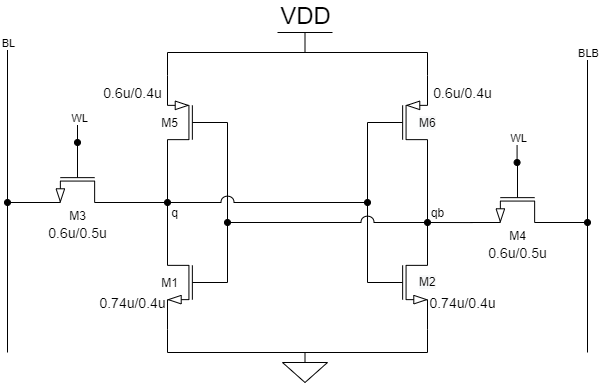
Above: Images/6T_SRAM.png in Khadgaray/6T_SRAM (draw.io), before the change. Source tidied: cells renumbered, new cells last; positions are measured from the earlier drawing's top-left corner, leaving out a move shared by most shapes.
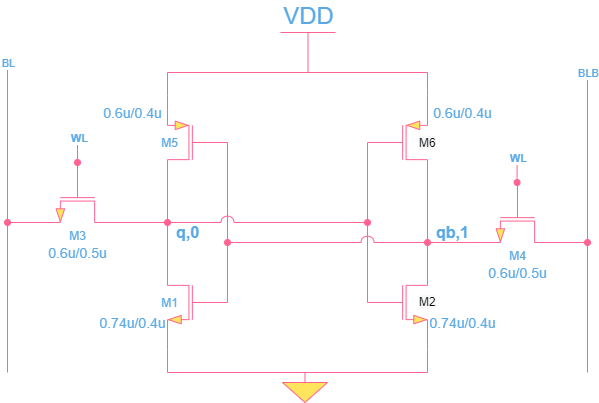
Later version of the same file.

Diff of the diagram source:
```diff
@@ -2,40 +2,40 @@
   <root>
     <mxCell id="0" />
     <mxCell id="1" parent="0" />
-    <mxCell id="2" style="verticalLabelPosition=bottom;shadow=0;dashed=0;align=center;html=1;verticalAlign=top;shape=mxgraph.electrical.transistors.pmos;rotation=-180;flipV=1;" parent="1" vertex="1">
+    <mxCell id="2" style="verticalLabelPosition=bottom;shadow=0;dashed=0;align=center;html=1;verticalAlign=top;shape=mxgraph.electrical.transistors.pmos;rotation=-180;flipV=1;fillColor=#FFE45E;strokeColor=#FF6392;fontColor=#5AA9E6;" parent="1" vertex="1">
       <mxGeometry x="160" y="40" width="60" height="100" as="geometry" />
     </mxCell>
-    <mxCell id="3" style="verticalLabelPosition=bottom;shadow=0;dashed=0;align=center;html=1;verticalAlign=top;shape=mxgraph.electrical.transistors.pmos;" parent="1" vertex="1">
+    <mxCell id="3" style="verticalLabelPosition=bottom;shadow=0;dashed=0;align=center;html=1;verticalAlign=top;shape=mxgraph.electrical.transistors.pmos;fillColor=#FFE45E;strokeColor=#FF6392;fontColor=#5AA9E6;" parent="1" vertex="1">
       <mxGeometry x="360" y="40" width="60" height="100" as="geometry" />
     </mxCell>
-    <mxCell id="4" style="verticalLabelPosition=bottom;shadow=0;dashed=0;align=center;html=1;verticalAlign=top;shape=mxgraph.electrical.transistors.nmos;" parent="1" vertex="1">
+    <mxCell id="4" style="verticalLabelPosition=bottom;shadow=0;dashed=0;align=center;html=1;verticalAlign=top;shape=mxgraph.electrical.transistors.nmos;fillColor=#FFE45E;strokeColor=#FF6392;fontColor=#5AA9E6;" parent="1" vertex="1">
       <mxGeometry x="360" y="200" width="60" height="100" as="geometry" />
     </mxCell>
-    <mxCell id="5" style="verticalLabelPosition=bottom;shadow=0;dashed=0;align=center;html=1;verticalAlign=top;shape=mxgraph.electrical.transistors.nmos;rotation=-180;flipV=1;" parent="1" vertex="1">
+    <mxCell id="5" style="verticalLabelPosition=bottom;shadow=0;dashed=0;align=center;html=1;verticalAlign=top;shape=mxgraph.electrical.transistors.nmos;rotation=-180;flipV=1;fillColor=#FFE45E;strokeColor=#FF6392;fontColor=#5AA9E6;" parent="1" vertex="1">
       <mxGeometry x="160" y="200" width="60" height="100" as="geometry" />
     </mxCell>
-    <mxCell id="6" style="endArrow=none;html=1;" parent="1" edge="1">
+    <mxCell id="6" style="endArrow=none;html=1;strokeColor=#FF6392;fontColor=#5AA9E6;" parent="1" edge="1">
       <mxGeometry relative="1" as="geometry">
         <mxPoint x="160" y="230" as="sourcePoint" />
         <mxPoint x="160" y="120" as="targetPoint" />
       </mxGeometry>
     </mxCell>
-    <mxCell id="7" style="endArrow=none;html=1;" parent="1" edge="1">
+    <mxCell id="7" style="endArrow=none;html=1;strokeColor=#FF6392;fontColor=#5AA9E6;" parent="1" edge="1">
       <mxGeometry relative="1" as="geometry">
         <mxPoint x="420" y="230" as="sourcePoint" />
         <mxPoint x="420" y="120" as="targetPoint" />
       </mxGeometry>
     </mxCell>
-    <mxCell id="8" style="endArrow=none;html=1;entryX=0;entryY=0.5;entryDx=0;entryDy=0;entryPerimeter=0;exitX=0;exitY=0.5;exitDx=0;exitDy=0;exitPerimeter=0;" parent="1" edge="1" source="5" target="2">
+    <mxCell id="8" style="endArrow=none;html=1;entryX=0;entryY=0.5;entryDx=0;entryDy=0;entryPerimeter=0;exitX=0;exitY=0.5;exitDx=0;exitDy=0;exitPerimeter=0;strokeColor=#FF6392;fontColor=#5AA9E6;" parent="1" edge="1" source="5" target="2">
       <mxGeometry relative="1" as="geometry" />
     </mxCell>
-    <mxCell id="9" style="endArrow=none;html=1;entryX=0;entryY=0.5;entryDx=0;entryDy=0;entryPerimeter=0;exitX=0;exitY=0.5;exitDx=0;exitDy=0;exitPerimeter=0;" parent="1" edge="1">
+    <mxCell id="9" style="endArrow=none;html=1;entryX=0;entryY=0.5;entryDx=0;entryDy=0;entryPerimeter=0;exitX=0;exitY=0.5;exitDx=0;exitDy=0;exitPerimeter=0;strokeColor=#FF6392;fontColor=#5AA9E6;" parent="1" edge="1">
       <mxGeometry relative="1" as="geometry">
         <mxPoint x="360" y="250" as="sourcePoint" />
         <mxPoint x="360" y="90" as="targetPoint" />
       </mxGeometry>
     </mxCell>
-    <mxCell id="10" style="endArrow=none;html=1;exitX=1;exitY=0;exitDx=0;exitDy=0;exitPerimeter=0;entryX=1;entryY=0;entryDx=0;entryDy=0;entryPerimeter=0;edgeStyle=orthogonalEdgeStyle;rounded=0;" parent="1" edge="1" source="2" target="3">
+    <mxCell id="10" style="endArrow=none;html=1;exitX=1;exitY=0;exitDx=0;exitDy=0;exitPerimeter=0;entryX=1;entryY=0;entryDx=0;entryDy=0;entryPerimeter=0;edgeStyle=orthogonalEdgeStyle;rounded=0;strokeColor=#FF6392;fontColor=#5AA9E6;" parent="1" edge="1" source="2" target="3">
       <mxGeometry relative="1" as="geometry">
         <Array as="points">
           <mxPoint x="160" y="20" />
@@ -43,7 +43,7 @@
         </Array>
       </mxGeometry>
     </mxCell>
-    <mxCell id="11" style="endArrow=none;html=1;rounded=0;jumpStyle=arc;entryX=1;entryY=1;entryDx=0;entryDy=0;entryPerimeter=0;exitX=1;exitY=1;exitDx=0;exitDy=0;exitPerimeter=0;" parent="1" edge="1" source="5" target="4">
+    <mxCell id="11" style="endArrow=none;html=1;rounded=0;jumpStyle=arc;entryX=1;entryY=1;entryDx=0;entryDy=0;entryPerimeter=0;exitX=1;exitY=1;exitDx=0;exitDy=0;exitPerimeter=0;strokeColor=#FF6392;fontColor=#5AA9E6;" parent="1" edge="1" source="5" target="4">
       <mxGeometry relative="1" as="geometry">
         <Array as="points">
           <mxPoint x="160" y="320" />
@@ -52,130 +52,130 @@
         </Array>
       </mxGeometry>
     </mxCell>
-    <mxCell id="12" value="M3" style="verticalLabelPosition=bottom;shadow=0;dashed=0;align=center;html=1;verticalAlign=top;shape=mxgraph.electrical.transistors.nmos;direction=south;" parent="1" vertex="1">
+    <mxCell id="12" value="M3" style="verticalLabelPosition=bottom;shadow=0;dashed=0;align=center;html=1;verticalAlign=top;shape=mxgraph.electrical.transistors.nmos;direction=south;fillColor=#FFE45E;strokeColor=#FF6392;fontColor=#5AA9E6;" parent="1" vertex="1">
       <mxGeometry x="20" y="110" width="100" height="60" as="geometry" />
     </mxCell>
-    <mxCell id="13" value="M4" style="verticalLabelPosition=bottom;shadow=0;dashed=0;align=center;html=1;verticalAlign=top;shape=mxgraph.electrical.transistors.nmos;direction=south;" parent="1" vertex="1">
+    <mxCell id="13" value="M4" style="verticalLabelPosition=bottom;shadow=0;dashed=0;align=center;html=1;verticalAlign=top;shape=mxgraph.electrical.transistors.nmos;direction=south;fillColor=#FFE45E;strokeColor=#FF6392;fontColor=#5AA9E6;" parent="1" vertex="1">
       <mxGeometry x="460" y="130" width="100" height="60" as="geometry" />
     </mxCell>
-    <mxCell id="14" style="endArrow=oval;html=1;jumpStyle=arc;jumpSize=13;startArrow=oval;startFill=1;endFill=1;" parent="1" edge="1">
+    <mxCell id="14" style="endArrow=oval;html=1;jumpStyle=arc;jumpSize=13;startArrow=oval;startFill=1;endFill=1;strokeColor=#FF6392;fontColor=#5AA9E6;" parent="1" edge="1">
       <mxGeometry relative="1" as="geometry">
         <mxPoint x="160" y="170" as="sourcePoint" />
         <mxPoint x="360" y="170" as="targetPoint" />
       </mxGeometry>
     </mxCell>
-    <mxCell id="15" style="endArrow=none;html=1;" parent="1" edge="1">
+    <mxCell id="15" style="endArrow=none;html=1;strokeColor=#FF6392;fontColor=#5AA9E6;" parent="1" edge="1">
       <mxGeometry relative="1" as="geometry">
         <mxPoint x="90" y="170" as="sourcePoint" />
         <mxPoint x="160" y="170" as="targetPoint" />
       </mxGeometry>
     </mxCell>
-    <mxCell id="16" style="endArrow=oval;html=1;jumpStyle=arc;jumpSize=13;startArrow=oval;startFill=1;endFill=1;" parent="1" edge="1">
+    <mxCell id="16" style="endArrow=oval;html=1;jumpStyle=arc;jumpSize=13;startArrow=oval;startFill=1;endFill=1;strokeColor=#FF6392;fontColor=#5AA9E6;" parent="1" edge="1">
       <mxGeometry relative="1" as="geometry">
         <mxPoint x="220" y="190" as="sourcePoint" />
         <mxPoint x="420" y="190" as="targetPoint" />
       </mxGeometry>
     </mxCell>
-    <mxCell id="17" style="endArrow=none;html=1;entryX=1.001;entryY=1.675;entryDx=0;entryDy=0;entryPerimeter=0;" parent="1" edge="1" target="13">
+    <mxCell id="17" style="endArrow=none;html=1;entryX=1.001;entryY=1.675;entryDx=0;entryDy=0;entryPerimeter=0;strokeColor=#FF6392;fontColor=#5AA9E6;" parent="1" edge="1" target="13">
       <mxGeometry relative="1" as="geometry">
         <mxPoint x="420" y="190" as="sourcePoint" />
       </mxGeometry>
     </mxCell>
-    <mxCell id="18" value="M1" style="text;html=1;align=center;verticalAlign=middle;fillColor=none;strokeColor=none;rounded=0;" parent="1" vertex="1">
+    <mxCell id="18" value="M1" style="text;html=1;align=center;verticalAlign=middle;fillColor=none;strokeColor=none;rounded=0;fontColor=#5AA9E6;" parent="1" vertex="1">
       <mxGeometry x="147" y="240" width="30" height="20" as="geometry" />
     </mxCell>
-    <mxCell id="19" value="M5" style="text;html=1;align=center;verticalAlign=middle;fillColor=none;strokeColor=none;rounded=0;" parent="1" vertex="1">
+    <mxCell id="19" value="M5" style="text;html=1;align=center;verticalAlign=middle;fillColor=none;strokeColor=none;rounded=0;fontColor=#5AA9E6;" parent="1" vertex="1">
       <mxGeometry x="147" y="80" width="30" height="20" as="geometry" />
     </mxCell>
-    <mxCell id="20" value="&lt;span style=&quot;color: rgb(0 , 0 , 0) ; font-family: &amp;#34;helvetica&amp;#34; ; font-size: 12px ; font-style: normal ; font-weight: 400 ; letter-spacing: normal ; text-align: center ; text-indent: 0px ; text-transform: none ; word-spacing: 0px ; background-color: rgb(248 , 249 , 250) ; display: inline ; float: none&quot;&gt;M6&lt;/span&gt;" style="text;whiteSpace=wrap;html=1;" parent="1" vertex="1">
+    <mxCell id="20" value="&lt;span style=&quot;color: rgb(0 , 0 , 0) ; font-family: &amp;#34;helvetica&amp;#34; ; font-size: 12px ; font-style: normal ; font-weight: 400 ; letter-spacing: normal ; text-align: center ; text-indent: 0px ; text-transform: none ; word-spacing: 0px ; background-color: rgb(248 , 249 , 250) ; display: inline ; float: none&quot;&gt;M6&lt;/span&gt;" style="text;whiteSpace=wrap;html=1;fontColor=#5AA9E6;" parent="1" vertex="1">
       <mxGeometry x="410" y="77" width="40" height="30" as="geometry" />
     </mxCell>
-    <mxCell id="21" value="&lt;span style=&quot;color: rgb(0 , 0 , 0) ; font-family: &amp;#34;helvetica&amp;#34; ; font-size: 12px ; font-style: normal ; font-weight: 400 ; letter-spacing: normal ; text-align: center ; text-indent: 0px ; text-transform: none ; word-spacing: 0px ; background-color: rgb(248 , 249 , 250) ; display: inline ; float: none&quot;&gt;M2&lt;/span&gt;" style="text;whiteSpace=wrap;html=1;" parent="1" vertex="1">
+    <mxCell id="21" value="&lt;span style=&quot;color: rgb(0 , 0 , 0) ; font-family: &amp;#34;helvetica&amp;#34; ; font-size: 12px ; font-style: normal ; font-weight: 400 ; letter-spacing: normal ; text-align: center ; text-indent: 0px ; text-transform: none ; word-spacing: 0px ; background-color: rgb(248 , 249 , 250) ; display: inline ; float: none&quot;&gt;M2&lt;/span&gt;" style="text;whiteSpace=wrap;html=1;fontColor=#5AA9E6;" parent="1" vertex="1">
       <mxGeometry x="410" y="236" width="40" height="30" as="geometry" />
     </mxCell>
-    <mxCell id="22" value="VDD" style="verticalLabelPosition=top;verticalAlign=bottom;shape=mxgraph.electrical.signal_sources.vdd;shadow=0;dashed=0;align=center;strokeWidth=1;fontSize=24;html=1;flipV=1;" parent="1" vertex="1">
-      <mxGeometry x="270" width="55" height="20" as="geometry" />
+    <mxCell id="22" value="VDD" style="verticalLabelPosition=top;verticalAlign=bottom;shape=mxgraph.electrical.signal_sources.vdd;shadow=0;dashed=0;align=center;strokeWidth=1;fontSize=24;html=1;flipV=1;fillColor=#FFE45E;strokeColor=#FF6392;fontColor=#5AA9E6;" parent="1" vertex="1">
+      <mxGeometry x="273" y="-20" width="55" height="40" as="geometry" />
     </mxCell>
-    <mxCell id="23" style="verticalLabelPosition=bottom;shadow=0;dashed=0;align=center;html=1;verticalAlign=top;shape=mxgraph.electrical.signal_sources.signal_ground;" parent="1" vertex="1">
+    <mxCell id="23" style="verticalLabelPosition=bottom;shadow=0;dashed=0;align=center;html=1;verticalAlign=top;shape=mxgraph.electrical.signal_sources.signal_ground;fillColor=#FFE45E;strokeColor=#FF6392;fontColor=#5AA9E6;" parent="1" vertex="1">
       <mxGeometry x="275" y="320" width="45" height="30" as="geometry" />
     </mxCell>
-    <mxCell id="24" style="endArrow=none;html=1;" parent="1" edge="1">
+    <mxCell id="24" style="endArrow=none;html=1;strokeColor=#FF6392;fontColor=#5AA9E6;" parent="1" edge="1">
       <mxGeometry relative="1" as="geometry">
         <mxPoint x="580" y="320" as="sourcePoint" />
         <mxPoint x="580" y="20" as="targetPoint" />
       </mxGeometry>
     </mxCell>
-    <mxCell id="25" value="BLB" style="edgeLabel;html=1;align=center;verticalAlign=middle;" parent="24" vertex="1">
+    <mxCell id="25" value="BLB" style="edgeLabel;html=1;align=center;verticalAlign=middle;fontColor=#5AA9E6;" parent="24" vertex="1">
       <mxGeometry x="0.82" y="-1" relative="1" as="geometry">
         <mxPoint x="-1" y="-27" as="offset" />
       </mxGeometry>
     </mxCell>
-    <mxCell id="26" style="endArrow=none;html=1;" parent="1" edge="1">
+    <mxCell id="26" style="endArrow=none;html=1;strokeColor=#FF6392;fontColor=#5AA9E6;" parent="1" edge="1">
       <mxGeometry relative="1" as="geometry">
         <mxPoint y="320" as="sourcePoint" />
         <mxPoint y="10" as="targetPoint" />
       </mxGeometry>
     </mxCell>
-    <mxCell id="27" value="BL" style="edgeLabel;html=1;align=center;verticalAlign=middle;" parent="26" vertex="1">
+    <mxCell id="27" value="BL" style="edgeLabel;html=1;align=center;verticalAlign=middle;fontColor=#5AA9E6;" parent="26" vertex="1">
       <mxGeometry x="0.85" relative="1" as="geometry">
         <mxPoint y="-23" as="offset" />
       </mxGeometry>
     </mxCell>
-    <mxCell id="28" style="endArrow=oval;html=1;endFill=1;" parent="1" edge="1">
+    <mxCell id="28" style="endArrow=oval;html=1;endFill=1;strokeColor=#FF6392;fontColor=#5AA9E6;" parent="1" edge="1">
       <mxGeometry relative="1" as="geometry">
         <mxPoint x="550" y="190" as="sourcePoint" />
         <mxPoint x="580" y="190" as="targetPoint" />
       </mxGeometry>
     </mxCell>
-    <mxCell id="29" style="endArrow=none;html=1;endFill=0;startArrow=oval;startFill=1;" parent="1" edge="1">
+    <mxCell id="29" style="endArrow=none;html=1;endFill=0;startArrow=oval;startFill=1;strokeColor=#FF6392;fontColor=#5AA9E6;" parent="1" edge="1">
       <mxGeometry relative="1" as="geometry">
         <mxPoint y="170" as="sourcePoint" />
         <mxPoint x="40" y="170" as="targetPoint" />
       </mxGeometry>
     </mxCell>
-    <mxCell id="30" value="q" style="text;html=1;align=center;verticalAlign=middle;fillColor=none;strokeColor=none;rounded=0;" parent="1" vertex="1">
-      <mxGeometry x="157" y="170" width="20" height="20" as="geometry" />
+    <mxCell id="30" value="q,0" style="text;html=1;align=center;verticalAlign=middle;fillColor=none;strokeColor=none;rounded=0;fontColor=#5AA9E6;fontSize=16;fontStyle=1;" parent="1" vertex="1">
+      <mxGeometry x="160" y="170" width="40" height="20" as="geometry" />
     </mxCell>
-    <mxCell id="31" value="qb" style="text;html=1;align=center;verticalAlign=middle;fillColor=none;strokeColor=none;rounded=0;" parent="1" vertex="1">
-      <mxGeometry x="415" y="170" width="30" height="20" as="geometry" />
+    <mxCell id="31" value="qb,1" style="text;html=1;align=center;verticalAlign=middle;fillColor=none;strokeColor=none;rounded=0;fontColor=#5AA9E6;fontSize=16;fontStyle=1;" parent="1" vertex="1">
+      <mxGeometry x="420" y="170" width="50" height="20" as="geometry" />
     </mxCell>
-    <mxCell id="32" style="endArrow=oval;html=1;startArrow=none;startFill=0;endFill=1;entryX=0;entryY=0.5;entryDx=0;entryDy=0;entryPerimeter=0;" parent="1" edge="1" target="12">
+    <mxCell id="32" style="endArrow=oval;html=1;startArrow=none;startFill=0;endFill=1;entryX=0;entryY=0.5;entryDx=0;entryDy=0;entryPerimeter=0;strokeColor=#FF6392;fontColor=#5AA9E6;" parent="1" edge="1" target="12">
       <mxGeometry relative="1" as="geometry">
         <mxPoint x="70" y="80" as="sourcePoint" />
       </mxGeometry>
     </mxCell>
-    <mxCell id="33" value="WL" style="edgeLabel;html=1;align=center;verticalAlign=middle;" parent="32" vertex="1">
+    <mxCell id="33" value="WL" style="edgeLabel;html=1;align=center;verticalAlign=middle;fontColor=#5AA9E6;fontStyle=1;" parent="32" vertex="1">
       <mxGeometry x="-0.66" relative="1" as="geometry">
         <mxPoint x="1" as="offset" />
       </mxGeometry>
     </mxCell>
-    <mxCell id="34" style="endArrow=oval;html=1;startArrow=none;startFill=0;endFill=1;entryX=0;entryY=0.5;entryDx=0;entryDy=0;entryPerimeter=0;" parent="1" edge="1">
+    <mxCell id="34" style="endArrow=oval;html=1;startArrow=none;startFill=0;endFill=1;entryX=0;entryY=0.5;entryDx=0;entryDy=0;entryPerimeter=0;strokeColor=#FF6392;fontColor=#5AA9E6;" parent="1" edge="1">
       <mxGeometry relative="1" as="geometry">
         <mxPoint x="509.6" y="100" as="sourcePoint" />
         <mxPoint x="509.6" y="130" as="targetPoint" />
       </mxGeometry>
     </mxCell>
-    <mxCell id="35" value="WL" style="edgeLabel;html=1;align=center;verticalAlign=middle;" parent="34" vertex="1">
+    <mxCell id="35" value="WL" style="edgeLabel;html=1;align=center;verticalAlign=middle;fontColor=#5AA9E6;fontStyle=1;" parent="34" vertex="1">
       <mxGeometry x="-0.66" relative="1" as="geometry">
         <mxPoint x="1" as="offset" />
       </mxGeometry>
     </mxCell>
-    <mxCell id="36" value="0.6u/0.5u" style="text;html=1;align=center;verticalAlign=middle;fillColor=none;strokeColor=none;rounded=0;fontSize=14;" parent="1" vertex="1">
+    <mxCell id="36" value="0.6u/0.5u" style="text;html=1;align=center;verticalAlign=middle;fillColor=none;strokeColor=none;rounded=0;fontSize=14;fontColor=#5AA9E6;" parent="1" vertex="1">
       <mxGeometry x="35" y="190" width="70" height="20" as="geometry" />
     </mxCell>
-    <mxCell id="37" value="0.6u/0.5u" style="text;html=1;align=center;verticalAlign=middle;fillColor=none;strokeColor=none;rounded=0;strokeWidth=1;fontSize=14;" parent="1" vertex="1">
+    <mxCell id="37" value="0.6u/0.5u" style="text;html=1;align=center;verticalAlign=middle;fillColor=none;strokeColor=none;rounded=0;strokeWidth=1;fontSize=14;fontColor=#5AA9E6;" parent="1" vertex="1">
       <mxGeometry x="475" y="210" width="70" height="20" as="geometry" />
     </mxCell>
-    <mxCell id="38" value="0.74u/0.4u" style="text;html=1;align=center;verticalAlign=middle;fillColor=none;strokeColor=none;rounded=0;fontSize=14;" parent="1" vertex="1">
+    <mxCell id="38" value="0.74u/0.4u" style="text;html=1;align=center;verticalAlign=middle;fillColor=none;strokeColor=none;rounded=0;fontSize=14;fontColor=#5AA9E6;" parent="1" vertex="1">
       <mxGeometry x="85" y="260" width="80" height="20" as="geometry" />
     </mxCell>
-    <mxCell id="39" value="0.74u/0.4u" style="text;html=1;align=center;verticalAlign=middle;fillColor=none;strokeColor=none;rounded=0;fontSize=14;" parent="1" vertex="1">
+    <mxCell id="39" value="0.74u/0.4u" style="text;html=1;align=center;verticalAlign=middle;fillColor=none;strokeColor=none;rounded=0;fontSize=14;fontColor=#5AA9E6;" parent="1" vertex="1">
       <mxGeometry x="415" y="260" width="80" height="20" as="geometry" />
     </mxCell>
-    <mxCell id="40" value="0.6u/0.4u" style="text;html=1;align=center;verticalAlign=middle;fillColor=none;strokeColor=none;rounded=0;fontSize=14;" parent="1" vertex="1">
+    <mxCell id="40" value="0.6u/0.4u" style="text;html=1;align=center;verticalAlign=middle;fillColor=none;strokeColor=none;rounded=0;fontSize=14;fontColor=#5AA9E6;" parent="1" vertex="1">
       <mxGeometry x="90" y="50" width="70" height="20" as="geometry" />
     </mxCell>
-    <mxCell id="41" value="0.6u/0.4u" style="text;html=1;align=center;verticalAlign=middle;fillColor=none;strokeColor=none;rounded=0;fontSize=14;" parent="1" vertex="1">
+    <mxCell id="41" value="0.6u/0.4u" style="text;html=1;align=center;verticalAlign=middle;fillColor=none;strokeColor=none;rounded=0;fontSize=14;fontColor=#5AA9E6;" parent="1" vertex="1">
       <mxGeometry x="420" y="50" width="70" height="20" as="geometry" />
     </mxCell>
   </root>
```
